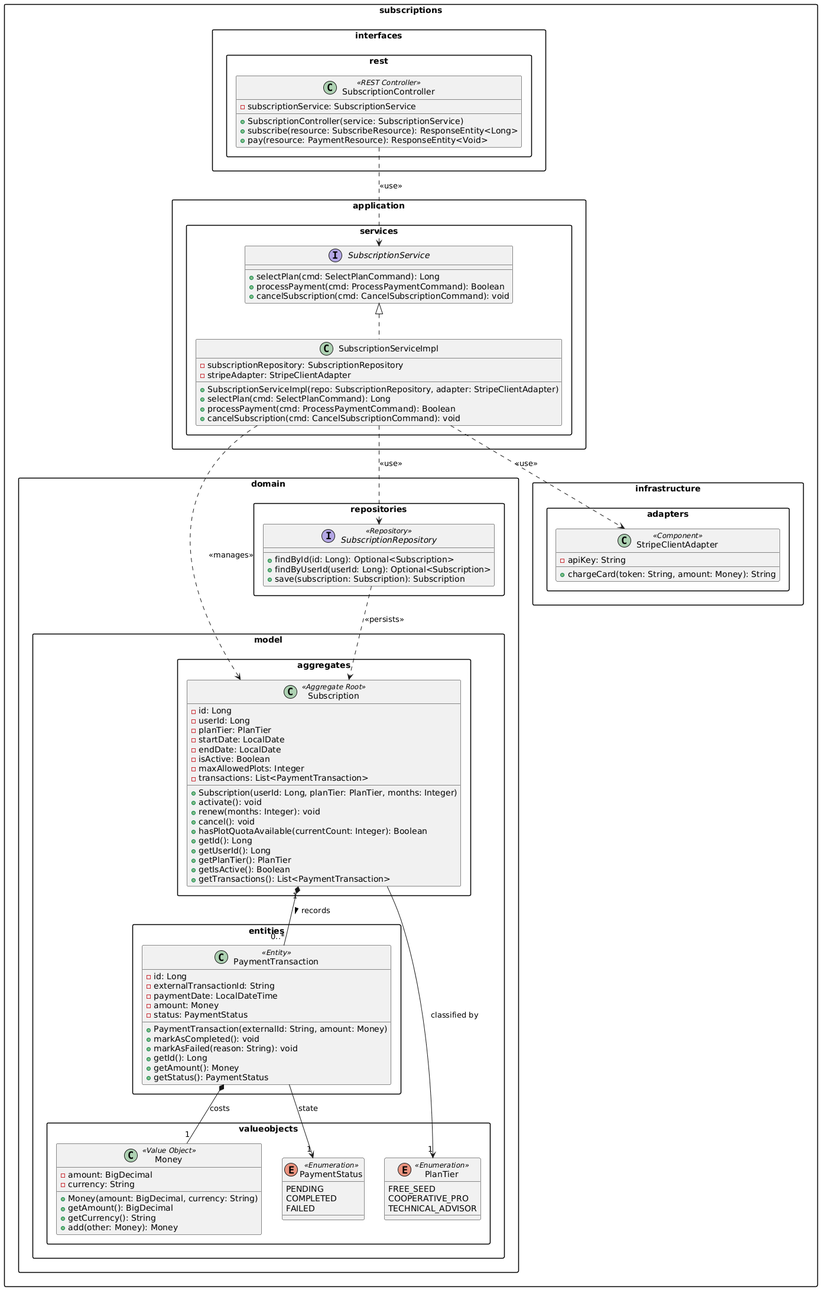
dymbia-aplicaciones-web/sumaqAgro-report keeps this PlantUML diagram as assets/img/class-diagrams/subscriptions-class-diagram.png. Above is the earlier version. The source it was exported from:
```plantuml
@startuml
skinparam classAttributeIconSize false
skinparam packageStyle rectangle
skinparam shadowing false
skinparam roundcorner 5

package "subscriptions.domain.model.aggregates" {
    class Subscription <<Aggregate Root>> {
        - id: Long
        - userId: Long
        - planTier: PlanTier
        - startDate: LocalDate
        - endDate: LocalDate
        - isActive: Boolean
        - maxAllowedPlots: Integer
        - transactions: List<PaymentTransaction>
        + Subscription(userId: Long, planTier: PlanTier, months: Integer)
        + activate(): void
        + renew(months: Integer): void
        + cancel(): void
        + hasPlotQuotaAvailable(currentCount: Integer): Boolean
        + getId(): Long
        + getUserId(): Long
        + getPlanTier(): PlanTier
        + getIsActive(): Boolean
        + getTransactions(): List<PaymentTransaction>
    }
}

package "subscriptions.domain.model.entities" {
    class PaymentTransaction <<Entity>> {
        - id: Long
        - externalTransactionId: String
        - paymentDate: LocalDateTime
        - amount: Money
        - status: PaymentStatus
        + PaymentTransaction(externalId: String, amount: Money)
        + markAsCompleted(): void
        + markAsFailed(reason: String): void
        + getId(): Long
        + getAmount(): Money
        + getStatus(): PaymentStatus
    }
}

package "subscriptions.domain.model.valueobjects" {
    class Money <<Value Object>> {
        - amount: BigDecimal
        - currency: String
        + Money(amount: BigDecimal, currency: String)
        + getAmount(): BigDecimal
        + getCurrency(): String
        + add(other: Money): Money
    }

    enum PlanTier <<Enumeration>> {
        FREE_SEED
        COOPERATIVE_PRO
        TECHNICAL_ADVISOR
    }

    enum PaymentStatus <<Enumeration>> {
        PENDING
        COMPLETED
        FAILED
    }
}

package "subscriptions.domain.repositories" {
    interface SubscriptionRepository <<Repository>> {
        + findById(id: Long): Optional<Subscription>
        + findByUserId(userId: Long): Optional<Subscription>
        + save(subscription: Subscription): Subscription
    }
}

package "subscriptions.application.services" {
    interface SubscriptionService {
        + selectPlan(cmd: SelectPlanCommand): Long
        + processPayment(cmd: ProcessPaymentCommand): Boolean
        + cancelSubscription(cmd: CancelSubscriptionCommand): void
    }

    class SubscriptionServiceImpl implements SubscriptionService {
        - subscriptionRepository: SubscriptionRepository
        - stripeAdapter: StripeClientAdapter
        + SubscriptionServiceImpl(repo: SubscriptionRepository, adapter: StripeClientAdapter)
        + selectPlan(cmd: SelectPlanCommand): Long
        + processPayment(cmd: ProcessPaymentCommand): Boolean
        + cancelSubscription(cmd: CancelSubscriptionCommand): void
    }
}

package "subscriptions.infrastructure.adapters" {
    class StripeClientAdapter <<Component>> {
        - apiKey: String
        + chargeCard(token: String, amount: Money): String
    }
}

package "subscriptions.interfaces.rest" {
    class SubscriptionController <<REST Controller>> {
        - subscriptionService: SubscriptionService
        + SubscriptionController(service: SubscriptionService)
        + subscribe(resource: SubscribeResource): ResponseEntity<Long>
        + pay(resource: PaymentResource): ResponseEntity<Void>
    }
}

Subscription "1" *-- "0..*" PaymentTransaction : "records >"
Subscription --> "1" PlanTier : "classified by"
PaymentTransaction --> "1" PaymentStatus : "state"
PaymentTransaction *-- "1" Money : "costs"

SubscriptionController ..> SubscriptionService : "<<use>>"
SubscriptionServiceImpl ..> SubscriptionRepository : "<<use>>"
SubscriptionServiceImpl ..> StripeClientAdapter : "<<use>>"
SubscriptionServiceImpl ..> Subscription : "<<manages>>"
SubscriptionRepository ..> Subscription : "<<persists>>"
@enduml
```
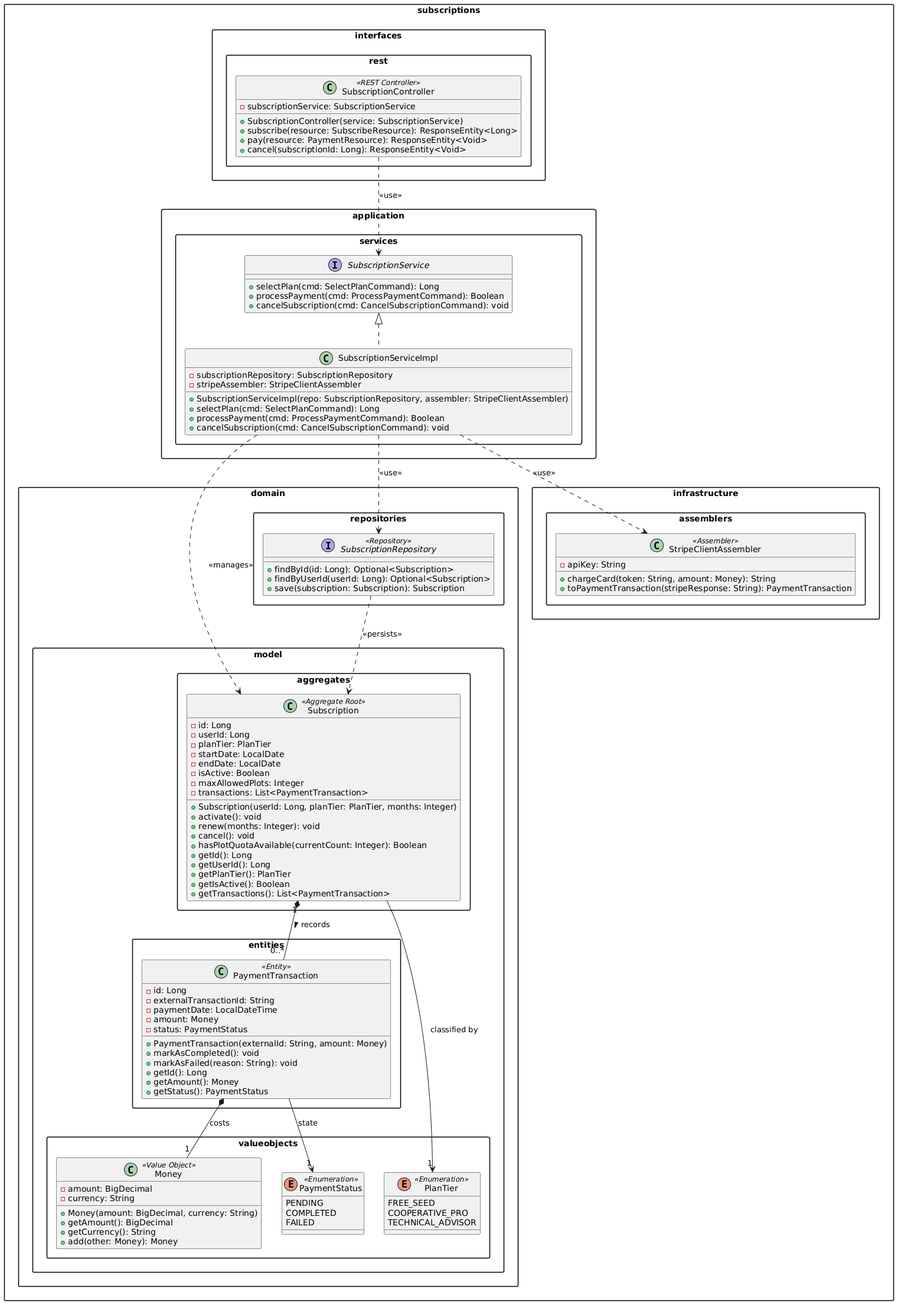
After the commit.

Commit message:
docs(cap4): update class diagrams and refine narrative with assembler components

What changed in the source:
```diff
@@ -74,6 +74,14 @@
     }
 }
 
+package "subscriptions.infrastructure.assemblers" {
+    class StripeClientAssembler <<Assembler>> {
+        - apiKey: String
+        + chargeCard(token: String, amount: Money): String
+        + toPaymentTransaction(stripeResponse: String): PaymentTransaction
+    }
+}
+
 package "subscriptions.application.services" {
     interface SubscriptionService {
         + selectPlan(cmd: SelectPlanCommand): Long
@@ -83,18 +91,11 @@
 
     class SubscriptionServiceImpl implements SubscriptionService {
         - subscriptionRepository: SubscriptionRepository
-        - stripeAdapter: StripeClientAdapter
-        + SubscriptionServiceImpl(repo: SubscriptionRepository, adapter: StripeClientAdapter)
+        - stripeAssembler: StripeClientAssembler
+        + SubscriptionServiceImpl(repo: SubscriptionRepository, assembler: StripeClientAssembler)
         + selectPlan(cmd: SelectPlanCommand): Long
         + processPayment(cmd: ProcessPaymentCommand): Boolean
         + cancelSubscription(cmd: CancelSubscriptionCommand): void
-    }
-}
-
-package "subscriptions.infrastructure.adapters" {
-    class StripeClientAdapter <<Component>> {
-        - apiKey: String
-        + chargeCard(token: String, amount: Money): String
     }
 }
 
@@ -104,6 +105,7 @@
         + SubscriptionController(service: SubscriptionService)
         + subscribe(resource: SubscribeResource): ResponseEntity<Long>
         + pay(resource: PaymentResource): ResponseEntity<Void>
+        + cancel(subscriptionId: Long): ResponseEntity<Void>
     }
 }
 
@@ -114,7 +116,7 @@
 
 SubscriptionController ..> SubscriptionService : "<<use>>"
 SubscriptionServiceImpl ..> SubscriptionRepository : "<<use>>"
-SubscriptionServiceImpl ..> StripeClientAdapter : "<<use>>"
+SubscriptionServiceImpl ..> StripeClientAssembler : "<<use>>"
 SubscriptionServiceImpl ..> Subscription : "<<manages>>"
 SubscriptionRepository ..> Subscription : "<<persists>>"
 @enduml
```
